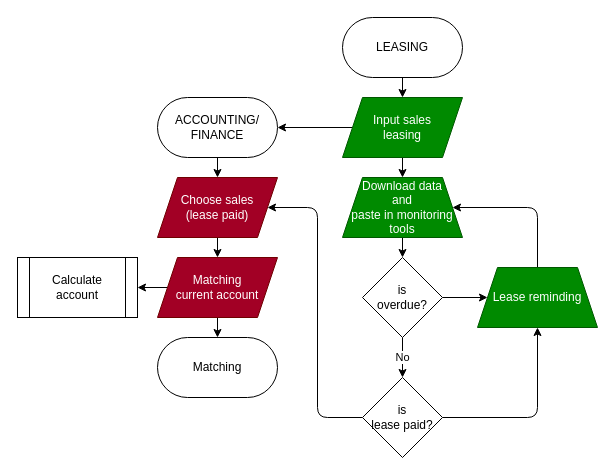
Above: page "Penagihan" (2 of 3) of flowDiagram.drawio in hondaprimadev/Honda-Prima (draw.io), before the change. Source tidied: cells renumbered, new cells numbered last; positions are measured from the earlier drawing's top-left corner, leaving out a move shared by most shapes. Both pictures are drawn from the tidied source at 100%, with x=0, y=0 at pixel (17, 17).
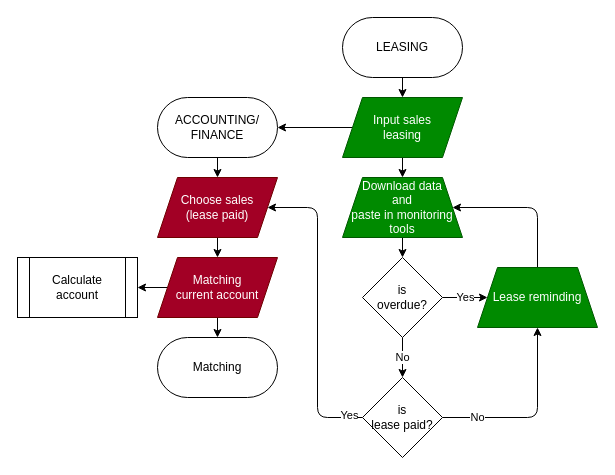
Above is the later version.

Unchanged cells that the change refers to:
```xml
<mxCell id="20" value="is&lt;br&gt;overdue?" style="rhombus;whiteSpace=wrap;html=1;" parent="1" vertex="1">
  <mxGeometry x="345" y="240" width="80" height="80" as="geometry" />
</mxCell>
<mxCell id="21" style="edgeStyle=none;html=1;exitX=0;exitY=0.5;exitDx=0;exitDy=0;entryX=1;entryY=0.5;entryDx=0;entryDy=0;" parent="1" edge="1" source="23" target="12">
  <mxGeometry relative="1" as="geometry">
    <Array as="points">
      <mxPoint x="300" y="400" />
      <mxPoint x="300" y="190" />
    </Array>
  </mxGeometry>
</mxCell>
<mxCell id="23" value="is&lt;br&gt;lease paid?" style="rhombus;whiteSpace=wrap;html=1;" parent="1" vertex="1">
  <mxGeometry x="345" y="360" width="80" height="80" as="geometry" />
</mxCell>
<mxCell id="25" value="Lease reminding" style="shape=trapezoid;perimeter=trapezoidPerimeter;whiteSpace=wrap;html=1;fixedSize=1;fillColor=#008a00;strokeColor=#005700;fontColor=#ffffff;" parent="1" vertex="1">
  <mxGeometry x="460" y="250" width="120" height="60" as="geometry" />
</mxCell>
```

What changed in the source:
```diff
@@
-    <mxCell id="19" style="edgeStyle=none;html=1;entryX=0;entryY=0.5;entryDx=0;entryDy=0;" parent="1" edge="1" source="20" target="25">
+    <mxCell id="19" value="Yes" style="edgeStyle=none;html=1;entryX=0;entryY=0.5;entryDx=0;entryDy=0;" parent="1" edge="1" source="20" target="25">
       <mxGeometry relative="1" as="geometry" />
     </mxCell>
@@
+    <mxCell id="26" value="Yes" style="edgeLabel;html=1;align=center;verticalAlign=middle;" parent="21" vertex="1">
+      <mxGeometry x="-0.91" y="-3" relative="1" as="geometry" />
+    </mxCell>
-    <mxCell id="22" style="edgeStyle=none;html=1;exitX=1;exitY=0.5;exitDx=0;exitDy=0;entryX=0.5;entryY=1;entryDx=0;entryDy=0;" parent="1" edge="1" source="23" target="25">
-      <mxGeometry relative="1" as="geometry">
+    <mxCell id="22" value="No" style="edgeStyle=none;html=1;exitX=1;exitY=0.5;exitDx=0;exitDy=0;entryX=0.5;entryY=1;entryDx=0;entryDy=0;" parent="1" edge="1" source="23" target="25">
+      <mxGeometry x="-0.62" relative="1" as="geometry">
         <Array as="points">
           <mxPoint x="520" y="400" />
         </Array>
       </mxGeometry>
     </mxCell>
```
